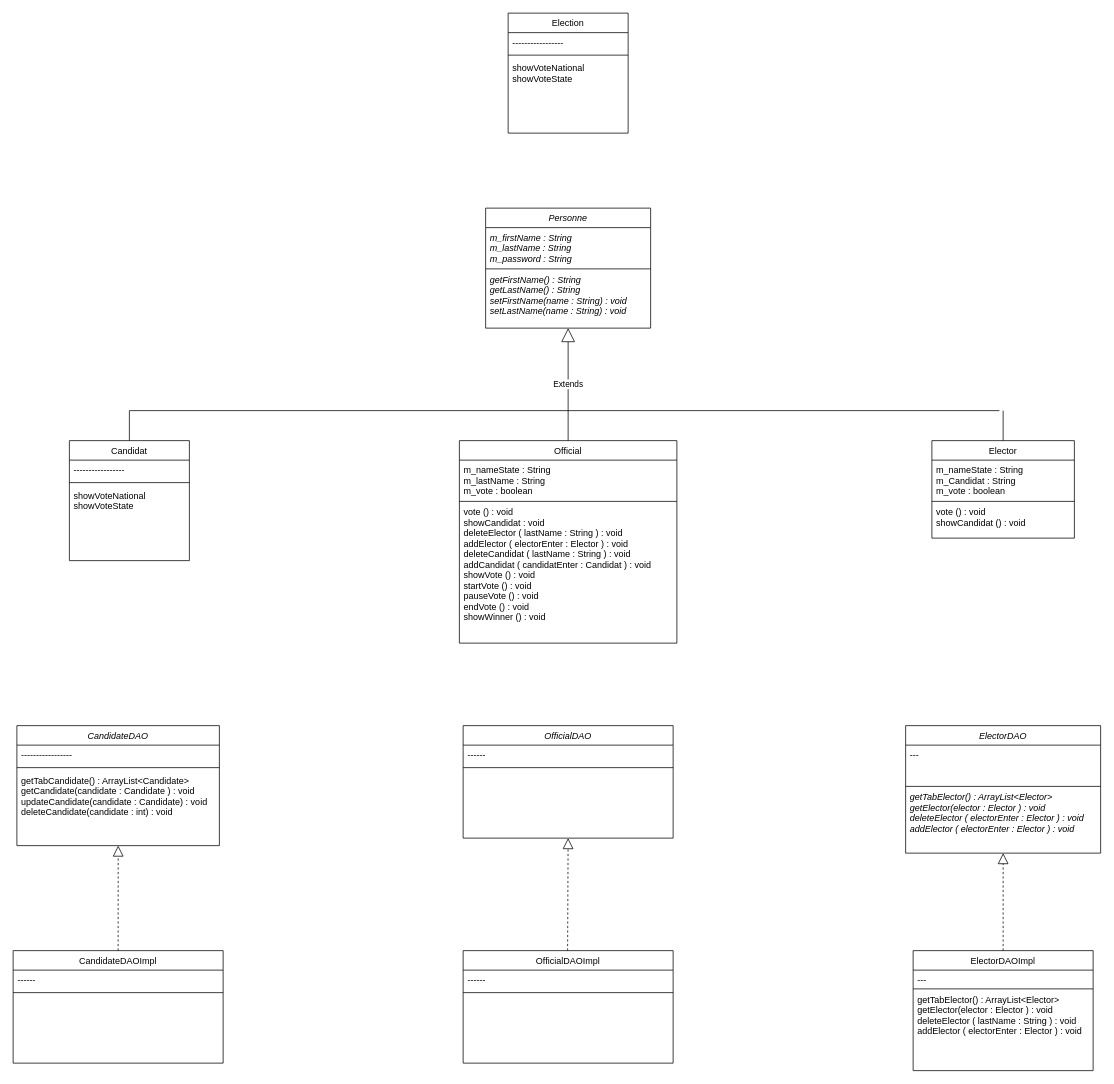
QuentinDstl/Election-system-JAVA keeps this draw.io diagram as Diagramme_UML.drawio. Above is the earlier version. Source tidied: cells renumbered, new cells numbered last; positions are measured from the earlier drawing's top-left corner, leaving out a move shared by most shapes. Both pictures are drawn from the tidied source at 75%, with x=0, y=0 at pixel (13, 13).
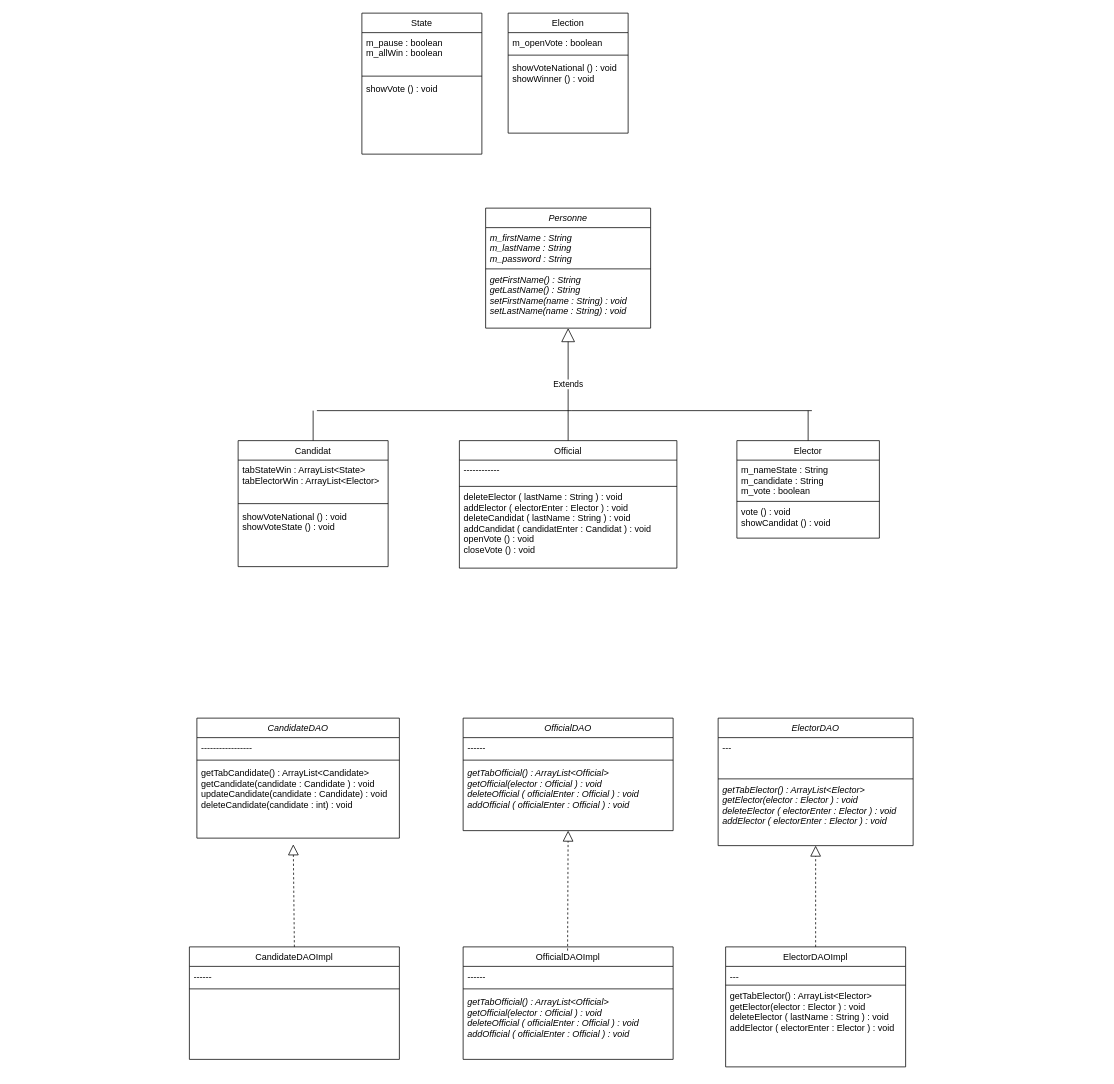
Above is the later version.

Commit message:
Mise à jour du diagramme UML

Unchanged cells that the change refers to:
```xml
<mxCell id="8" value="getTabCandidate() : ArrayList&lt;Candidate&gt;&#10;getCandidate(candidate : Candidate ) : void&#10;updateCandidate(candidate : Candidate) : void&#10;deleteCandidate(candidate : int) : void " style="text;align=left;verticalAlign=top;spacingLeft=4;spacingRight=4;overflow=hidden;points=[[0,0.5],[1,0.5]];portConstraint=eastwest;" parent="5" vertex="1">
  <mxGeometry y="60" width="270" height="100" as="geometry" />
</mxCell>
<mxCell id="13" value="Election" style="swimlane;fontStyle=0;align=center;verticalAlign=top;horizontal=1;startSize=26;rounded=0;shadow=0;strokeWidth=1;" parent="1" vertex="1">
  <mxGeometry x="660" width="160" height="160" as="geometry" />
</mxCell>
```

What changed in the source:
```diff
@@
     <mxCell id="2" value="OfficialDAO" style="swimlane;fontStyle=2;align=center;verticalAlign=top;horizontal=1;startSize=26;rounded=0;shadow=0;strokeWidth=1;" parent="1" vertex="1">
-      <mxGeometry x="600" y="950" width="280" height="150" as="geometry" />
+      <mxGeometry x="600" y="940" width="280" height="150" as="geometry" />
     </mxCell>
@@
+    <mxCell id="51" value="getTabOfficial() : ArrayList&lt;Official&gt;&#10;getOfficial(elector : Official ) : void &#10;deleteOfficial ( officialEnter : Official ) : void &#10;addOfficial ( officialEnter : Official ) : void " style="text;align=left;verticalAlign=top;spacingLeft=4;spacingRight=4;overflow=hidden;fontStyle=2;" parent="2" vertex="1">
+      <mxGeometry y="60" width="280" height="88" as="geometry" />
+    </mxCell>
     <mxCell id="5" value="CandidateDAO" style="swimlane;fontStyle=2;align=center;verticalAlign=top;horizontal=1;startSize=26;rounded=0;shadow=0;strokeWidth=1;" parent="1" vertex="1">
-      <mxGeometry x="5" y="950" width="270" height="160" as="geometry" />
+      <mxGeometry x="245" y="940" width="270" height="160" as="geometry" />
     </mxCell>
@@
     <mxCell id="9" value="Elector" style="swimlane;fontStyle=0;align=center;verticalAlign=top;horizontal=1;startSize=26;rounded=0;shadow=0;strokeWidth=1;" parent="1" vertex="1">
-      <mxGeometry x="1225" y="570" width="190" height="130" as="geometry" />
+      <mxGeometry x="965" y="570" width="190" height="130" as="geometry" />
     </mxCell>
-    <mxCell id="10" value="m_nameState : String&#10;m_Candidat : String&#10;m_vote : boolean" style="text;align=left;verticalAlign=top;spacingLeft=4;spacingRight=4;overflow=hidden;rounded=0;shadow=0;html=0;" parent="9" vertex="1">
+    <mxCell id="10" value="m_nameState : String&#10;m_candidate : String&#10;m_vote : boolean" style="text;align=left;verticalAlign=top;spacingLeft=4;spacingRight=4;overflow=hidden;rounded=0;shadow=0;html=0;" parent="9" vertex="1">
       <mxGeometry y="26" width="190" height="54" as="geometry" />
     </mxCell>
@@
-    <mxCell id="14" value="-----------------" style="text;align=left;verticalAlign=top;spacingLeft=4;spacingRight=4;overflow=hidden;" parent="13" vertex="1">
+    <mxCell id="14" value="m_openVote : boolean" style="text;align=left;verticalAlign=top;spacingLeft=4;spacingRight=4;overflow=hidden;" parent="13" vertex="1">
       <mxGeometry y="26" width="160" height="26" as="geometry" />
     </mxCell>
@@
-    <mxCell id="16" value="showVoteNational&#10;showVoteState&#10;" style="text;align=left;verticalAlign=top;spacingLeft=4;spacingRight=4;overflow=hidden;" parent="13" vertex="1">
+    <mxCell id="16" value="showVoteNational () : void&#10;showWinner () : void  &#10;" style="text;align=left;verticalAlign=top;spacingLeft=4;spacingRight=4;overflow=hidden;" parent="13" vertex="1">
       <mxGeometry y="60" width="160" height="100" as="geometry" />
     </mxCell>
     <mxCell id="17" value="Candidat" style="swimlane;fontStyle=0;align=center;verticalAlign=top;horizontal=1;startSize=26;rounded=0;shadow=0;strokeWidth=1;" parent="1" vertex="1">
-      <mxGeometry x="75" y="570" width="160" height="160" as="geometry" />
+      <mxGeometry x="300" y="570" width="200" height="168" as="geometry" />
     </mxCell>
-    <mxCell id="18" value="-----------------" style="text;align=left;verticalAlign=top;spacingLeft=4;spacingRight=4;overflow=hidden;" parent="17" vertex="1">
-      <mxGeometry y="26" width="160" height="26" as="geometry" />
+    <mxCell id="18" value="tabStateWin : ArrayList&lt;State&gt;&#10;tabElectorWin : ArrayList&lt;Elector&gt;" style="text;align=left;verticalAlign=top;spacingLeft=4;spacingRight=4;overflow=hidden;" parent="17" vertex="1">
+      <mxGeometry y="26" width="200" height="54" as="geometry" />
     </mxCell>
     <mxCell id="19" style="line;html=1;strokeWidth=1;align=left;verticalAlign=middle;spacingTop=-1;spacingLeft=3;spacingRight=3;labelPosition=right;" parent="17" vertex="1">
-      <mxGeometry y="52" width="160" height="8" as="geometry" />
+      <mxGeometry y="80" width="200" height="8" as="geometry" />
     </mxCell>
-    <mxCell id="20" value="showVoteNational&#10;showVoteState&#10;" style="text;align=left;verticalAlign=top;spacingLeft=4;spacingRight=4;overflow=hidden;" parent="17" vertex="1">
-      <mxGeometry y="60" width="160" height="100" as="geometry" />
+    <mxCell id="20" value="showVoteNational () : void&#10;showVoteState () : void&#10;" style="text;align=left;verticalAlign=top;spacingLeft=4;spacingRight=4;overflow=hidden;" parent="17" vertex="1">
+      <mxGeometry y="88" width="200" height="80" as="geometry" />
     </mxCell>
@@
     <mxCell id="25" value="ElectorDAO" style="swimlane;fontStyle=2;align=center;verticalAlign=top;horizontal=1;startSize=26;rounded=0;shadow=0;strokeWidth=1;" parent="1" vertex="1">
-      <mxGeometry x="1190" y="950" width="260" height="170" as="geometry" />
+      <mxGeometry x="940" y="940" width="260" height="170" as="geometry" />
     </mxCell>
@@
     <mxCell id="29" value="ElectorDAOImpl" style="swimlane;fontStyle=0;align=center;verticalAlign=top;horizontal=1;startSize=26;rounded=0;shadow=0;strokeWidth=1;" parent="1" vertex="1">
-      <mxGeometry x="1200" y="1250" width="240" height="160" as="geometry" />
+      <mxGeometry x="950" y="1245" width="240" height="160" as="geometry" />
     </mxCell>
@@
     <mxCell id="33" value="Official" style="swimlane;fontStyle=0;align=center;verticalAlign=top;horizontal=1;startSize=26;rounded=0;shadow=0;strokeWidth=1;" parent="1" vertex="1">
-      <mxGeometry x="595" y="570" width="290" height="270" as="geometry" />
+      <mxGeometry x="595" y="570" width="290" height="170" as="geometry" />
     </mxCell>
-    <mxCell id="34" value="m_nameState : String&#10;m_lastName : String&#10;m_vote : boolean" style="text;align=left;verticalAlign=top;spacingLeft=4;spacingRight=4;overflow=hidden;rounded=0;shadow=0;html=0;" parent="33" vertex="1">
-      <mxGeometry y="26" width="290" height="54" as="geometry" />
+    <mxCell id="34" value="------------" style="text;align=left;verticalAlign=top;spacingLeft=4;spacingRight=4;overflow=hidden;rounded=0;shadow=0;html=0;" parent="33" vertex="1">
+      <mxGeometry y="26" width="290" height="34" as="geometry" />
     </mxCell>
     <mxCell id="35" style="line;html=1;strokeWidth=1;align=left;verticalAlign=middle;spacingTop=-1;spacingLeft=3;spacingRight=3;labelPosition=right;" parent="33" vertex="1">
-      <mxGeometry y="80" width="290" height="2" as="geometry" />
+      <mxGeometry y="60" width="290" height="2" as="geometry" />
     </mxCell>
-    <mxCell id="36" value="vote () : void&#10;showCandidat : void&#10;deleteElector ( lastName : String ) : void &#10;addElector ( electorEnter : Elector ) : void&#10;deleteCandidat ( lastName : String ) : void &#10;addCandidat ( candidatEnter : Candidat ) : void&#10;showVote () : void &#10;startVote () : void &#10;pauseVote () : void &#10;endVote () : void &#10;showWinner () : void " style="text;align=left;verticalAlign=top;spacingLeft=4;spacingRight=4;overflow=hidden;fontStyle=0;" parent="33" vertex="1">
-      <mxGeometry y="82" width="290" height="178" as="geometry" />
+    <mxCell id="36" value="deleteElector ( lastName : String ) : void &#10;addElector ( electorEnter : Elector ) : void&#10;deleteCandidat ( lastName : String ) : void &#10;addCandidat ( candidatEnter : Candidat ) : void&#10;openVote () : void&#10;closeVote () : void " style="text;align=left;verticalAlign=top;spacingLeft=4;spacingRight=4;overflow=hidden;fontStyle=0;" parent="33" vertex="1">
+      <mxGeometry y="62" width="290" height="108" as="geometry" />
     </mxCell>
     <mxCell id="37" value="OfficialDAOImpl" style="swimlane;fontStyle=0;align=center;verticalAlign=top;horizontal=1;startSize=26;rounded=0;shadow=0;strokeWidth=1;" parent="1" vertex="1">
-      <mxGeometry x="600" y="1250" width="280" height="150" as="geometry" />
+      <mxGeometry x="600" y="1245" width="280" height="150" as="geometry" />
     </mxCell>
@@
+    <mxCell id="52" value="getTabOfficial() : ArrayList&lt;Official&gt;&#10;getOfficial(elector : Official ) : void &#10;deleteOfficial ( officialEnter : Official ) : void &#10;addOfficial ( officialEnter : Official ) : void " style="text;align=left;verticalAlign=top;spacingLeft=4;spacingRight=4;overflow=hidden;fontStyle=2;" parent="37" vertex="1">
+      <mxGeometry y="60" width="280" height="88" as="geometry" />
+    </mxCell>
@@
     <mxCell id="41" style="endArrow=none;html=1;" parent="1" edge="1">
       <mxGeometry relative="1" as="geometry">
         <mxPoint x="745" y="530" as="sourcePoint" />
-        <mxPoint x="1315" y="530" as="targetPoint" />
+        <mxPoint x="1065" y="530" as="targetPoint" />
       </mxGeometry>
     </mxCell>
     <mxCell id="42" style="endArrow=none;html=1;exitX=0.5;exitY=0;exitDx=0;exitDy=0;" parent="1" edge="1" source="9">
       <mxGeometry relative="1" as="geometry">
-        <mxPoint x="1320" y="530" as="targetPoint" />
+        <mxPoint x="1060" y="530" as="targetPoint" />
       </mxGeometry>
     </mxCell>
     <mxCell id="43" style="endArrow=none;html=1;" parent="1" edge="1">
       <mxGeometry relative="1" as="geometry">
-        <mxPoint x="155" y="530" as="sourcePoint" />
+        <mxPoint x="405" y="530" as="sourcePoint" />
         <mxPoint x="745" y="530" as="targetPoint" />
       </mxGeometry>
     </mxCell>
     <mxCell id="44" style="endArrow=none;html=1;entryX=0.5;entryY=0;entryDx=0;entryDy=0;" parent="1" edge="1" target="17">
       <mxGeometry relative="1" as="geometry">
-        <mxPoint x="155" y="530" as="sourcePoint" />
+        <mxPoint x="400" y="530" as="sourcePoint" />
       </mxGeometry>
     </mxCell>
@@
     <mxCell id="47" value="CandidateDAOImpl" style="swimlane;fontStyle=0;align=center;verticalAlign=top;horizontal=1;startSize=26;rounded=0;shadow=0;strokeWidth=1;" parent="1" vertex="1">
-      <mxGeometry y="1250" width="280" height="150" as="geometry" />
+      <mxGeometry x="235" y="1245" width="280" height="150" as="geometry" />
     </mxCell>
@@
-    <mxCell id="50" style="endArrow=block;dashed=1;endFill=0;endSize=12;html=1;exitX=0.5;exitY=0;exitDx=0;exitDy=0;entryX=0.5;entryY=1;entryDx=0;entryDy=0;" parent="1" edge="1" source="47">
-      <mxGeometry relative="1" as="geometry">
-        <mxPoint x="140.1" y="1110" as="targetPoint" />
-      </mxGeometry>
+    <mxCell id="50" style="endArrow=block;dashed=1;endFill=0;endSize=12;html=1;exitX=0.5;exitY=0;exitDx=0;exitDy=0;entryX=0.476;entryY=1.083;entryDx=0;entryDy=0;entryPerimeter=0;" parent="1" edge="1" source="47" target="8">
+      <mxGeometry relative="1" as="geometry" />
     </mxCell>
+    <mxCell id="53" value="State" style="swimlane;fontStyle=0;align=center;verticalAlign=top;horizontal=1;startSize=26;rounded=0;shadow=0;strokeWidth=1;" parent="1" vertex="1">
+      <mxGeometry x="465" width="160" height="188" as="geometry" />
+    </mxCell>
+    <mxCell id="54" value="m_pause : boolean&#10;m_allWin : boolean " style="text;align=left;verticalAlign=top;spacingLeft=4;spacingRight=4;overflow=hidden;" parent="53" vertex="1">
+      <mxGeometry y="26" width="160" height="54" as="geometry" />
+    </mxCell>
+    <mxCell id="55" style="line;html=1;strokeWidth=1;align=left;verticalAlign=middle;spacingTop=-1;spacingLeft=3;spacingRight=3;labelPosition=right;" parent="53" vertex="1">
+      <mxGeometry y="80" width="160" height="8" as="geometry" />
+    </mxCell>
+    <mxCell id="56" value="showVote () : void &#10;" style="text;align=left;verticalAlign=top;spacingLeft=4;spacingRight=4;overflow=hidden;" parent="53" vertex="1">
+      <mxGeometry y="88" width="160" height="100" as="geometry" />
+    </mxCell>
```
